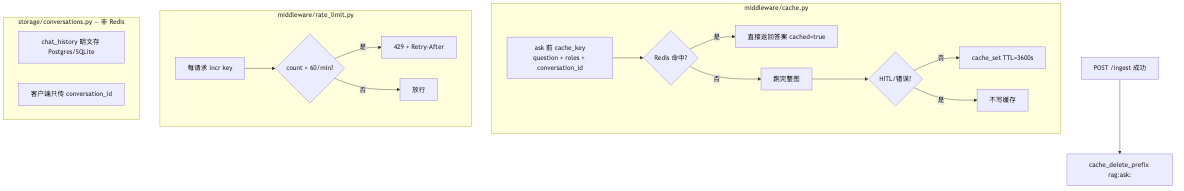
Above: project_00_rag_agent/docs/diagrams/06_cache_rate_limit.png in charlie-chann/ai-agent-langgraph-main (Mermaid), before the change. Its source is kept beside it as project_00_rag_agent/docs/diagrams/source/06_cache_rate_limit.mmd.
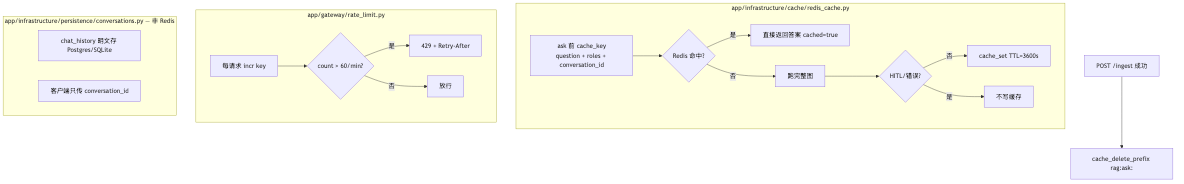
After the commit.

What changed in the source:
```diff
@@ -1,5 +1,5 @@
 flowchart TD
-    subgraph Cache["middleware/cache.py"]
+    subgraph Cache["app/infrastructure/cache/redis_cache.py"]
         C1["ask 前 cache_key<br/>question + roles + conversation_id"] --> C2{Redis 命中?}
         C2 -->|是| C3[直接返回答案 cached=true]
         C2 -->|否| C4[跑完整图]
@@ -8,13 +8,13 @@
         C5 -->|是| C7[不写缓存]
     end
 
-    subgraph RateLimit["middleware/rate_limit.py"]
+    subgraph RateLimit["app/gateway/rate_limit.py"]
         R1[每请求 incr key] --> R2{count > 60/min?}
         R2 -->|是| R3[429 + Retry-After]
         R2 -->|否| R4[放行]
     end
 
-    subgraph History["storage/conversations.py — 非 Redis"]
+    subgraph History["app/infrastructure/persistence/conversations.py — 非 Redis"]
         H1[chat_history 明文存 Postgres/SQLite]
         H2[客户端只传 conversation_id]
     end
```
